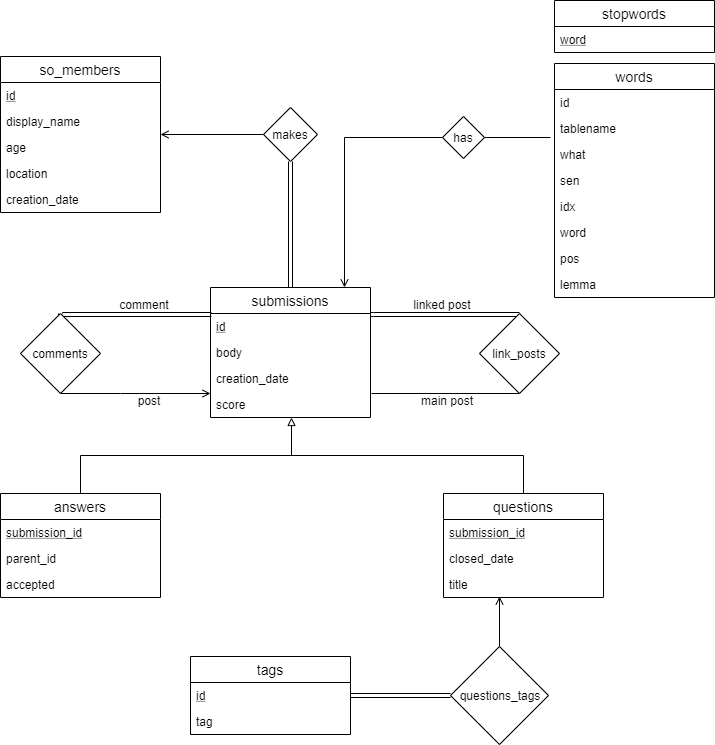
The draw.io diagram QA data model - ER diagram.png in ivanspajic/SOVA, before a commit. Source tidied: cells renumbered, new cells last; positions are measured from the earlier drawing's top-left corner, leaving out a move shared by most shapes.
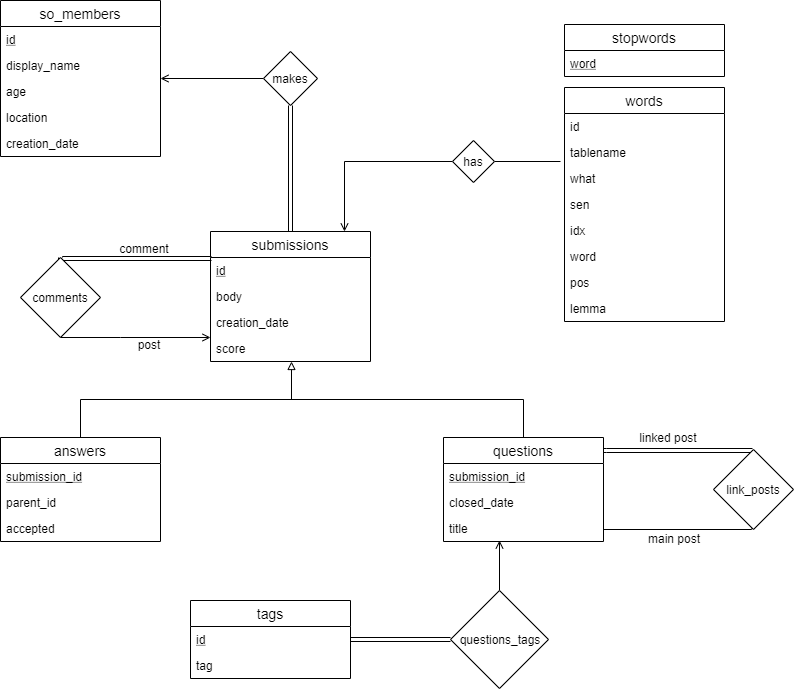
The same file after the commit.

The edit, as a diff of the source:
```diff
@@ -123,24 +123,24 @@
     </mxCell>
     <mxCell id="35" style="edgeStyle=orthogonalEdgeStyle;rounded=0;orthogonalLoop=1;jettySize=auto;html=1;endArrow=none;endFill=0;exitX=0.5;exitY=0;exitDx=0;exitDy=0;shape=link;" parent="1" edge="1">
       <mxGeometry relative="1" as="geometry">
-        <mxPoint x="519" y="314" as="sourcePoint" />
-        <mxPoint x="370" y="314" as="targetPoint" />
+        <mxPoint x="752" y="506" as="sourcePoint" />
+        <mxPoint x="603" y="506" as="targetPoint" />
         <Array as="points">
-          <mxPoint x="373" y="314" />
+          <mxPoint x="606" y="506" />
         </Array>
       </mxGeometry>
     </mxCell>
     <mxCell id="36" style="edgeStyle=orthogonalEdgeStyle;rounded=0;orthogonalLoop=1;jettySize=auto;html=1;entryX=1.004;entryY=0.103;entryDx=0;entryDy=0;entryPerimeter=0;endArrow=none;endFill=0;exitX=0.5;exitY=1;exitDx=0;exitDy=0;" parent="1" edge="1">
       <mxGeometry relative="1" as="geometry">
-        <mxPoint x="519" y="392" as="sourcePoint" />
-        <mxPoint x="371" y="393" as="targetPoint" />
+        <mxPoint x="751" y="584" as="sourcePoint" />
+        <mxPoint x="603" y="585" as="targetPoint" />
         <Array as="points">
-          <mxPoint x="519" y="393" />
+          <mxPoint x="751" y="585" />
         </Array>
       </mxGeometry>
     </mxCell>
     <mxCell id="37" value="link_posts" style="rhombus;whiteSpace=wrap;html=1;" parent="1" vertex="1">
-      <mxGeometry x="479" y="313" width="80" height="80" as="geometry" />
+      <mxGeometry x="713" y="505" width="80" height="80" as="geometry" />
     </mxCell>
     <mxCell id="38" value="comment" style="text;html=1;strokeColor=none;fillColor=none;align=center;verticalAlign=middle;whiteSpace=wrap;rounded=0;" parent="1" vertex="1">
       <mxGeometry x="124" y="294" width="40" height="20" as="geometry" />
@@ -149,19 +149,19 @@
       <mxGeometry x="128" y="390" width="40" height="20" as="geometry" />
     </mxCell>
     <mxCell id="40" value="linked post" style="text;html=1;strokeColor=none;fillColor=none;align=center;verticalAlign=middle;whiteSpace=wrap;rounded=0;" parent="1" vertex="1">
-      <mxGeometry x="408" y="294" width="68" height="20" as="geometry" />
+      <mxGeometry x="634" y="483" width="68" height="20" as="geometry" />
     </mxCell>
     <mxCell id="41" value="main post" style="text;html=1;strokeColor=none;fillColor=none;align=center;verticalAlign=middle;whiteSpace=wrap;rounded=0;" parent="1" vertex="1">
-      <mxGeometry x="412" y="390" width="68" height="20" as="geometry" />
+      <mxGeometry x="639" y="584" width="68" height="20" as="geometry" />
     </mxCell>
     <mxCell id="42" value="stopwords" style="swimlane;fontStyle=0;horizontal=1;startSize=26;fillColor=none;swimlaneFillColor=#ffffff;align=center;fontSize=14;" parent="1" vertex="1">
-      <mxGeometry x="554" width="160" height="52" as="geometry" />
+      <mxGeometry x="564" y="80" width="160" height="52" as="geometry" />
     </mxCell>
     <mxCell id="43" value="word" style="text;strokeColor=none;fillColor=none;spacingLeft=4;spacingRight=4;overflow=hidden;fontSize=12;fontStyle=4;" parent="42" vertex="1">
       <mxGeometry y="26" width="160" height="26" as="geometry" />
     </mxCell>
     <mxCell id="44" value="words" style="swimlane;fontStyle=0;horizontal=1;startSize=26;fillColor=none;swimlaneFillColor=#ffffff;align=center;fontSize=14;" parent="1" vertex="1">
-      <mxGeometry x="554" y="63" width="160" height="234" as="geometry" />
+      <mxGeometry x="564" y="143" width="160" height="234" as="geometry" />
     </mxCell>
     <mxCell id="45" value="id" style="text;strokeColor=none;fillColor=none;spacingLeft=4;spacingRight=4;overflow=hidden;fontSize=12;fontStyle=0;" parent="44" vertex="1">
       <mxGeometry y="26" width="160" height="26" as="geometry" />
@@ -187,10 +187,10 @@
     <mxCell id="52" value="lemma" style="text;strokeColor=none;fillColor=none;spacingLeft=4;spacingRight=4;overflow=hidden;fontSize=12;" parent="44" vertex="1">
       <mxGeometry y="208" width="160" height="26" as="geometry" />
     </mxCell>
-    <mxCell id="53" style="edgeStyle=orthogonalEdgeStyle;rounded=0;jettySize=auto;html=1;endArrow=open;endFill=0;" parent="1" edge="1" source="55" target="8">
+    <mxCell id="53" style="edgeStyle=orthogonalEdgeStyle;rounded=0;jettySize=auto;html=1;endArrow=open;endFill=0;exitX=0;exitY=0.5;exitDx=0;exitDy=0;" parent="1" edge="1" source="55" target="8">
       <mxGeometry relative="1" as="geometry">
         <Array as="points">
-          <mxPoint x="344" y="137" />
+          <mxPoint x="344" y="217" />
         </Array>
       </mxGeometry>
     </mxCell>
@@ -198,7 +198,7 @@
       <mxGeometry relative="1" as="geometry" />
     </mxCell>
     <mxCell id="55" value="has" style="rhombus;whiteSpace=wrap;html=1;" parent="1" vertex="1">
-      <mxGeometry x="442" y="116" width="42" height="42" as="geometry" />
+      <mxGeometry x="452" y="196" width="42" height="42" as="geometry" />
     </mxCell>
   </root>
 </mxGraphModel>
```
